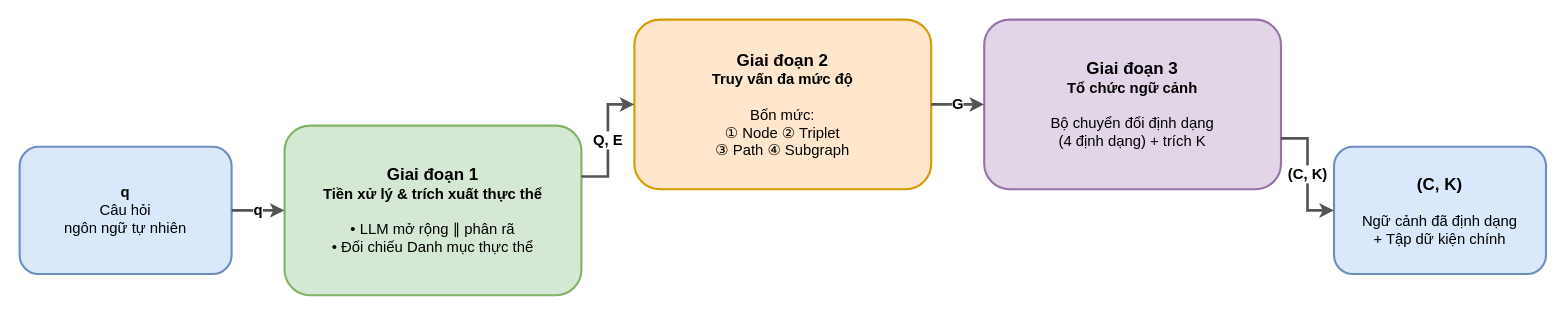
Above: thesis/figures/c3/g_retrieval_overview.drawio in BlackRose484/GraphRAG (draw.io), before the change. Source tidied: cells renumbered, new cells numbered last; positions are measured from the earlier drawing's top-left corner, leaving out a move shared by most shapes. Both pictures are drawn from the tidied source at 106%, with x=0, y=0 at pixel (19, 19).
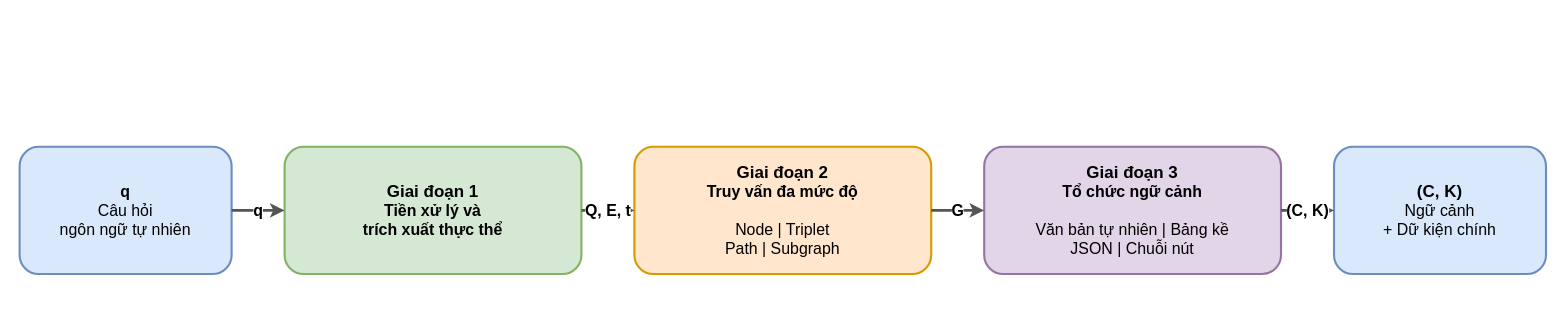
The same diagram, later.

The edit, as a diff of the source:
```diff
@@
 <mxGraphModel>
   <root>
     <mxCell id="0" />
     <mxCell id="1" parent="0" />
-    <mxCell id="2" value="&lt;b&gt;q&lt;/b&gt;&lt;br&gt;Câu hỏi&lt;br&gt;ngôn ngữ tự nhiên" style="rounded=1;whiteSpace=wrap;html=1;fillColor=#dae8fc;strokeColor=#6c8ebf;strokeWidth=2;fontSize=14;align=center;verticalAlign=middle;" parent="1" vertex="1">
+    <mxCell id="2" value="&lt;b&gt;q&lt;/b&gt;&lt;br&gt;Câu hỏi&lt;br&gt;ngôn ngữ tự nhiên" style="rounded=1;whiteSpace=wrap;html=1;fillColor=#dae8fc;strokeColor=#6c8ebf;strokeWidth=2;fontSize=15;align=center;verticalAlign=middle;" parent="1" vertex="1">
       <mxGeometry y="120" width="200" height="120" as="geometry" />
     </mxCell>
-    <mxCell id="3" value="&lt;b style=&quot;font-size:16px&quot;&gt;Giai đoạn 1&lt;/b&gt;&lt;br&gt;&lt;b&gt;Tiền xử lý &amp;amp; trích xuất thực thể&lt;/b&gt;&lt;br&gt;&lt;br&gt;• LLM mở rộng ∥ phân rã&lt;br&gt;• Đối chiếu Danh mục thực thể" style="rounded=1;whiteSpace=wrap;html=1;fillColor=#d5e8d4;strokeColor=#82b366;strokeWidth=2;fontSize=14;align=center;verticalAlign=middle;" parent="1" vertex="1">
-      <mxGeometry x="250" y="100" width="280" height="160" as="geometry" />
+    <mxCell id="3" value="&lt;b style=&quot;font-size:16px&quot;&gt;Giai đoạn 1&lt;/b&gt;&lt;br&gt;&lt;b&gt;Tiền xử lý và&lt;br&gt;trích xuất thực thể&lt;/b&gt;" style="rounded=1;whiteSpace=wrap;html=1;fillColor=#d5e8d4;strokeColor=#82b366;strokeWidth=2;fontSize=15;align=center;verticalAlign=middle;" parent="1" vertex="1">
+      <mxGeometry x="250" y="120" width="280" height="120" as="geometry" />
     </mxCell>
-    <mxCell id="4" value="&lt;b style=&quot;font-size:16px&quot;&gt;Giai đoạn 2&lt;/b&gt;&lt;br&gt;&lt;b&gt;Truy vấn đa mức độ&lt;/b&gt;&lt;br&gt;&lt;br&gt;Bốn mức:&lt;br&gt;① Node ② Triplet&lt;br&gt;③ Path ④ Subgraph" style="rounded=1;whiteSpace=wrap;html=1;fillColor=#ffe6cc;strokeColor=#d79b00;strokeWidth=2;fontSize=14;align=center;verticalAlign=middle;" parent="1" vertex="1">
-      <mxGeometry x="580" width="280" height="160" as="geometry" />
+    <mxCell id="4" value="&lt;b style=&quot;font-size:16px&quot;&gt;Giai đoạn 2&lt;/b&gt;&lt;br&gt;&lt;b&gt;Truy vấn đa mức độ&lt;/b&gt;&lt;br&gt;&lt;br&gt;Node | Triplet&lt;br&gt;Path | Subgraph" style="rounded=1;whiteSpace=wrap;html=1;fillColor=#ffe6cc;strokeColor=#d79b00;strokeWidth=2;fontSize=15;align=center;verticalAlign=middle;" parent="1" vertex="1">
+      <mxGeometry x="580" y="120" width="280" height="120" as="geometry" />
     </mxCell>
-    <mxCell id="5" value="&lt;b style=&quot;font-size:16px&quot;&gt;Giai đoạn 3&lt;/b&gt;&lt;br&gt;&lt;b&gt;Tổ chức ngữ cảnh&lt;/b&gt;&lt;br&gt;&lt;br&gt;Bộ chuyển đổi định dạng&lt;br&gt;(4 định dạng) + trích K" style="rounded=1;whiteSpace=wrap;html=1;fillColor=#e1d5e7;strokeColor=#9673a6;strokeWidth=2;fontSize=14;align=center;verticalAlign=middle;" parent="1" vertex="1">
-      <mxGeometry x="910" width="280" height="160" as="geometry" />
+    <mxCell id="5" value="&lt;b style=&quot;font-size:16px&quot;&gt;Giai đoạn 3&lt;/b&gt;&lt;br&gt;&lt;b&gt;Tổ chức ngữ cảnh&lt;/b&gt;&lt;br&gt;&lt;br&gt;Văn bản tự nhiên | Bảng kề&lt;br&gt;JSON | Chuỗi nút" style="rounded=1;whiteSpace=wrap;html=1;fillColor=#e1d5e7;strokeColor=#9673a6;strokeWidth=2;fontSize=15;align=center;verticalAlign=middle;" parent="1" vertex="1">
+      <mxGeometry x="910" y="120" width="280" height="120" as="geometry" />
     </mxCell>
-    <mxCell id="6" value="&lt;b style=&quot;font-size:16px&quot;&gt;(C, K)&lt;/b&gt;&lt;br&gt;&lt;br&gt;Ngữ cảnh đã định dạng&lt;br&gt;+ Tập dữ kiện chính" style="rounded=1;whiteSpace=wrap;html=1;fillColor=#dae8fc;strokeColor=#6c8ebf;strokeWidth=2;fontSize=14;align=center;verticalAlign=middle;" parent="1" vertex="1">
+    <mxCell id="6" value="&lt;b style=&quot;font-size:16px&quot;&gt;(C, K)&lt;/b&gt;&lt;br&gt;Ngữ cảnh&lt;br&gt;+ Dữ kiện chính" style="rounded=1;whiteSpace=wrap;html=1;fillColor=#dae8fc;strokeColor=#6c8ebf;strokeWidth=2;fontSize=15;align=center;verticalAlign=middle;" parent="1" vertex="1">
       <mxGeometry x="1240" y="120" width="200" height="120" as="geometry" />
     </mxCell>
-    <mxCell id="7" value="q" style="endArrow=classic;html=1;rounded=0;strokeColor=#555555;strokeWidth=2.5;fontSize=14;fontStyle=1;exitX=1;exitY=0.5;exitDx=0;exitDy=0;entryX=0;entryY=0.5;entryDx=0;entryDy=0;" parent="1" edge="1" source="2" target="3">
+    <mxCell id="7" value="q" style="endArrow=classic;html=1;rounded=0;strokeColor=#555555;strokeWidth=2.5;fontSize=15;fontStyle=1;exitX=1;exitY=0.5;exitDx=0;exitDy=0;entryX=0;entryY=0.5;entryDx=0;entryDy=0;" parent="1" edge="1" source="2" target="3">
       <mxGeometry relative="1" as="geometry" />
     </mxCell>
-    <mxCell id="8" value="Q, E" style="endArrow=classic;html=1;rounded=0;edgeStyle=orthogonalEdgeStyle;strokeColor=#555555;strokeWidth=2.5;fontSize=14;fontStyle=1;exitX=1;exitY=0.3;exitDx=0;exitDy=0;entryX=0;entryY=0.5;entryDx=0;entryDy=0;" parent="1" edge="1" source="3" target="4">
+    <mxCell id="8" value="Q, E, t" style="endArrow=classic;html=1;rounded=0;strokeColor=#555555;strokeWidth=2.5;fontSize=15;fontStyle=1;exitX=1;exitY=0.5;exitDx=0;exitDy=0;entryX=0;entryY=0.5;entryDx=0;entryDy=0;" parent="1" edge="1" source="3" target="4">
       <mxGeometry relative="1" as="geometry" />
     </mxCell>
-    <mxCell id="9" value="G" style="endArrow=classic;html=1;rounded=0;strokeColor=#555555;strokeWidth=2.5;fontSize=14;fontStyle=1;exitX=1;exitY=0.5;exitDx=0;exitDy=0;entryX=0;entryY=0.5;entryDx=0;entryDy=0;" parent="1" edge="1" source="4" target="5">
+    <mxCell id="9" value="G" style="endArrow=classic;html=1;rounded=0;strokeColor=#555555;strokeWidth=2.5;fontSize=15;fontStyle=1;exitX=1;exitY=0.5;exitDx=0;exitDy=0;entryX=0;entryY=0.5;entryDx=0;entryDy=0;" parent="1" edge="1" source="4" target="5">
       <mxGeometry relative="1" as="geometry" />
     </mxCell>
-    <mxCell id="10" value="(C, K)" style="endArrow=classic;html=1;rounded=0;edgeStyle=orthogonalEdgeStyle;strokeColor=#555555;strokeWidth=2.5;fontSize=14;fontStyle=1;exitX=1;exitY=0.7;exitDx=0;exitDy=0;entryX=0;entryY=0.5;entryDx=0;entryDy=0;" parent="1" edge="1" source="5" target="6">
+    <mxCell id="10" value="(C, K)" style="endArrow=classic;html=1;rounded=0;strokeColor=#555555;strokeWidth=2.5;fontSize=15;fontStyle=1;exitX=1;exitY=0.5;exitDx=0;exitDy=0;entryX=0;entryY=0.5;entryDx=0;entryDy=0;" parent="1" edge="1" source="5" target="6">
       <mxGeometry relative="1" as="geometry" />
     </mxCell>
   </root>
 </mxGraphModel>
```
